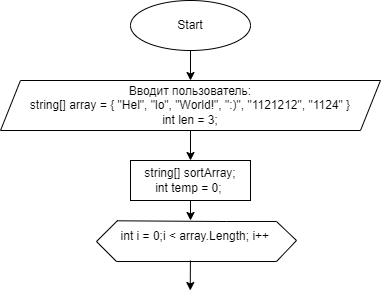
This is Блок схема решения контрольной задачи блока №1.drawio.png from Yauheni-Kauz-Siomin/FinalWorkBlock1, a draw.io export, as it was before one commit. Source tidied: cells renumbered, new cells last; positions are measured from the earlier drawing's top-left corner, leaving out a move shared by most shapes.
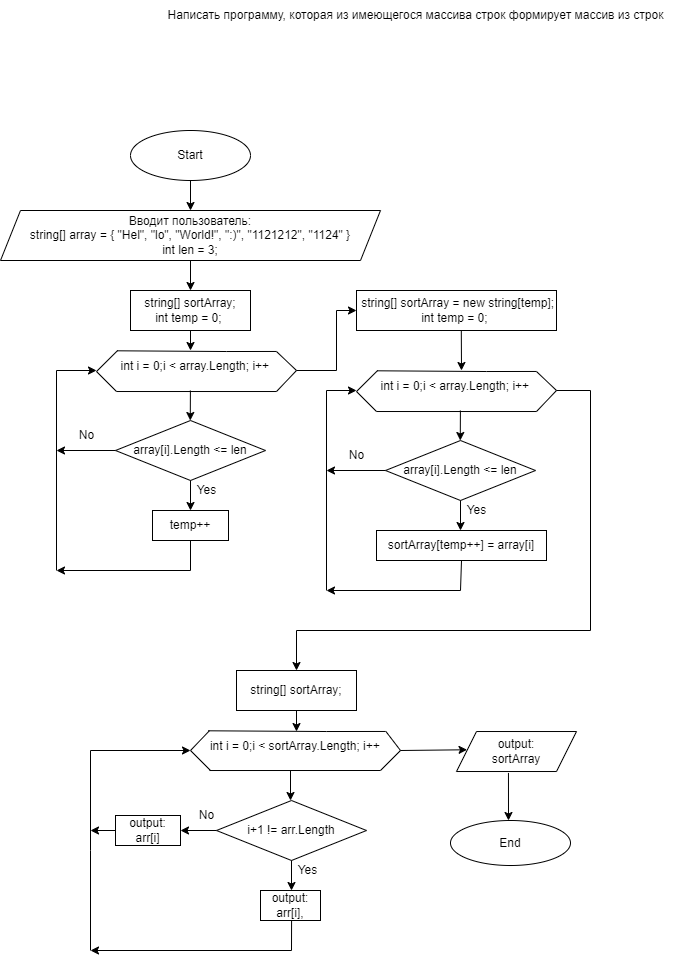
After the commit.

The edit, as a diff of the source:
```diff
@@ -65,5 +65,261 @@
         <mxPoint x="189.8" y="290" as="targetPoint" />
       </mxGeometry>
     </mxCell>
+    <mxCell id="14" value="array[i].Length &amp;lt;= len" style="rhombus;whiteSpace=wrap;html=1;" parent="1" vertex="1">
+      <mxGeometry x="115" y="290" width="150" height="60" as="geometry" />
+    </mxCell>
+    <mxCell id="15" style="endArrow=classic;html=1;rounded=0;exitX=0.5;exitY=1;exitDx=0;exitDy=0;" parent="1" edge="1" source="14">
+      <mxGeometry relative="1" as="geometry">
+        <mxPoint x="190" y="380" as="targetPoint" />
+      </mxGeometry>
+    </mxCell>
+    <mxCell id="16" value="temp++" style="rounded=0;whiteSpace=wrap;html=1;" parent="1" vertex="1">
+      <mxGeometry x="152" y="380" width="76" height="30" as="geometry" />
+    </mxCell>
+    <mxCell id="17" value="Yes" style="text;html=1;align=center;verticalAlign=middle;strokeColor=none;fillColor=none;" parent="1" vertex="1">
+      <mxGeometry x="186" y="345" width="40" height="30" as="geometry" />
+    </mxCell>
+    <mxCell id="18" style="endArrow=classic;html=1;rounded=0;exitX=0.5;exitY=1;exitDx=0;exitDy=0;" parent="1" edge="1" source="16">
+      <mxGeometry relative="1" as="geometry">
+        <mxPoint x="56" y="440" as="targetPoint" />
+        <Array as="points">
+          <mxPoint x="190" y="440" />
+        </Array>
+      </mxGeometry>
+    </mxCell>
+    <mxCell id="19" style="endArrow=classic;html=1;rounded=0;" parent="1" edge="1">
+      <mxGeometry relative="1" as="geometry">
+        <mxPoint x="56" y="440" as="sourcePoint" />
+        <mxPoint x="96" y="240" as="targetPoint" />
+        <Array as="points">
+          <mxPoint x="56" y="240" />
+        </Array>
+      </mxGeometry>
+    </mxCell>
+    <mxCell id="20" style="endArrow=classic;html=1;rounded=0;exitX=0;exitY=0.5;exitDx=0;exitDy=0;" parent="1" edge="1" source="14">
+      <mxGeometry relative="1" as="geometry">
+        <mxPoint x="56" y="320" as="targetPoint" />
+      </mxGeometry>
+    </mxCell>
+    <mxCell id="21" value="No" style="text;html=1;align=center;verticalAlign=middle;strokeColor=none;fillColor=none;" parent="1" vertex="1">
+      <mxGeometry x="66" y="290" width="40" height="30" as="geometry" />
+    </mxCell>
+    <mxCell id="22" style="endArrow=classic;html=1;rounded=0;" parent="1" edge="1">
+      <mxGeometry relative="1" as="geometry">
+        <mxPoint x="296" y="240" as="sourcePoint" />
+        <mxPoint x="356" y="180" as="targetPoint" />
+        <Array as="points">
+          <mxPoint x="336" y="240" />
+          <mxPoint x="336" y="180" />
+        </Array>
+      </mxGeometry>
+    </mxCell>
+    <mxCell id="23" value="&amp;nbsp;string[] sortArray = new string[temp];&lt;br&gt;int temp = 0;&amp;nbsp;" style="rounded=0;whiteSpace=wrap;html=1;" parent="1" vertex="1">
+      <mxGeometry x="356" y="160" width="200" height="40" as="geometry" />
+    </mxCell>
+    <mxCell id="24" style="endArrow=classic;html=1;rounded=0;exitX=0.524;exitY=0.995;exitDx=0;exitDy=0;exitPerimeter=0;" parent="1" edge="1" source="23">
+      <mxGeometry relative="1" as="geometry">
+        <mxPoint x="461" y="240" as="targetPoint" />
+      </mxGeometry>
+    </mxCell>
+    <mxCell id="25" style="endArrow=none;html=1;rounded=0;exitX=0.062;exitY=-0.034;exitDx=0;exitDy=0;exitPerimeter=0;" parent="1" edge="1" source="27">
+      <mxGeometry relative="1" as="geometry">
+        <mxPoint x="376" y="281" as="targetPoint" />
+        <Array as="points">
+          <mxPoint x="356" y="261" />
+        </Array>
+      </mxGeometry>
+    </mxCell>
+    <mxCell id="26" style="endArrow=none;html=1;rounded=0;" parent="1" edge="1">
+      <mxGeometry relative="1" as="geometry">
+        <mxPoint x="536" y="241" as="sourcePoint" />
+        <mxPoint x="536" y="281" as="targetPoint" />
+        <Array as="points">
+          <mxPoint x="556" y="260" />
+        </Array>
+      </mxGeometry>
+    </mxCell>
+    <mxCell id="27" value="int i = 0;i &amp;lt; array.Length; i++&amp;nbsp;" style="text;html=1;align=center;verticalAlign=middle;points=[];strokeColor=none;fillColor=none;" parent="1" vertex="1">
+      <mxGeometry x="366" y="241" width="180" height="30" as="geometry" />
+    </mxCell>
+    <mxCell id="28" style="endArrow=none;html=1;rounded=0;exitX=0.059;exitY=-0.024;exitDx=0;exitDy=0;exitPerimeter=0;entryX=0.944;entryY=-0.002;entryDx=0;entryDy=0;entryPerimeter=0;" parent="1" edge="1" source="27" target="27">
+      <mxGeometry relative="1" as="geometry">
+        <Array as="points">
+          <mxPoint x="486" y="241" />
+        </Array>
+      </mxGeometry>
+    </mxCell>
+    <mxCell id="29" style="endArrow=none;html=1;rounded=0;" parent="1" edge="1">
+      <mxGeometry relative="1" as="geometry">
+        <mxPoint x="376" y="281" as="sourcePoint" />
+        <mxPoint x="536" y="281" as="targetPoint" />
+      </mxGeometry>
+    </mxCell>
+    <mxCell id="30" style="endArrow=classic;html=1;rounded=0;" parent="1" edge="1">
+      <mxGeometry relative="1" as="geometry">
+        <mxPoint x="459.9" y="280" as="sourcePoint" />
+        <mxPoint x="459.8" y="310" as="targetPoint" />
+      </mxGeometry>
+    </mxCell>
+    <mxCell id="31" value="array[i].Length &amp;lt;= len" style="rhombus;whiteSpace=wrap;html=1;" parent="1" vertex="1">
+      <mxGeometry x="385" y="310" width="150" height="60" as="geometry" />
+    </mxCell>
+    <mxCell id="32" style="endArrow=classic;html=1;rounded=0;exitX=0.5;exitY=1;exitDx=0;exitDy=0;" parent="1" edge="1" source="31">
+      <mxGeometry relative="1" as="geometry">
+        <mxPoint x="460" y="400" as="targetPoint" />
+      </mxGeometry>
+    </mxCell>
+    <mxCell id="33" value="sortArray[temp++] = array[i]" style="rounded=0;whiteSpace=wrap;html=1;" parent="1" vertex="1">
+      <mxGeometry x="376" y="400" width="170" height="30" as="geometry" />
+    </mxCell>
+    <mxCell id="34" value="Yes" style="text;html=1;align=center;verticalAlign=middle;strokeColor=none;fillColor=none;" parent="1" vertex="1">
+      <mxGeometry x="456" y="365" width="40" height="30" as="geometry" />
+    </mxCell>
+    <mxCell id="35" style="endArrow=classic;html=1;rounded=0;exitX=0.5;exitY=1;exitDx=0;exitDy=0;" parent="1" edge="1" source="33">
+      <mxGeometry relative="1" as="geometry">
+        <mxPoint x="326" y="460" as="targetPoint" />
+        <Array as="points">
+          <mxPoint x="460" y="460" />
+        </Array>
+      </mxGeometry>
+    </mxCell>
+    <mxCell id="36" style="endArrow=classic;html=1;rounded=0;exitX=0;exitY=0.5;exitDx=0;exitDy=0;" parent="1" edge="1" source="31">
+      <mxGeometry relative="1" as="geometry">
+        <mxPoint x="326" y="340" as="targetPoint" />
+      </mxGeometry>
+    </mxCell>
+    <mxCell id="37" value="No" style="text;html=1;align=center;verticalAlign=middle;strokeColor=none;fillColor=none;" parent="1" vertex="1">
+      <mxGeometry x="336" y="310" width="40" height="30" as="geometry" />
+    </mxCell>
+    <mxCell id="38" style="endArrow=classic;html=1;rounded=0;" parent="1" edge="1">
+      <mxGeometry relative="1" as="geometry">
+        <mxPoint x="326" y="460" as="sourcePoint" />
+        <mxPoint x="356" y="260" as="targetPoint" />
+        <Array as="points">
+          <mxPoint x="326" y="260" />
+        </Array>
+      </mxGeometry>
+    </mxCell>
+    <mxCell id="39" style="endArrow=classic;html=1;rounded=0;entryX=0.5;entryY=0;entryDx=0;entryDy=0;" parent="1" edge="1" target="40">
+      <mxGeometry relative="1" as="geometry">
+        <mxPoint x="556" y="260" as="sourcePoint" />
+        <Array as="points">
+          <mxPoint x="590" y="260" />
+          <mxPoint x="590" y="500" />
+          <mxPoint x="296" y="500" />
+        </Array>
+      </mxGeometry>
+    </mxCell>
+    <mxCell id="40" value="string[] sortArray;" style="rounded=0;whiteSpace=wrap;html=1;" parent="1" vertex="1">
+      <mxGeometry x="236" y="540" width="120" height="40" as="geometry" />
+    </mxCell>
+    <mxCell id="41" value="int i = 0;i &amp;lt; sortArray.Length; i++&amp;nbsp;" style="text;html=1;align=center;verticalAlign=middle;points=[];strokeColor=none;fillColor=none;" parent="1" vertex="1">
+      <mxGeometry x="196" y="601" width="200" height="30" as="geometry" />
+    </mxCell>
+    <mxCell id="42" style="endArrow=none;html=1;rounded=0;exitX=0.059;exitY=-0.024;exitDx=0;exitDy=0;exitPerimeter=0;entryX=0.944;entryY=-0.002;entryDx=0;entryDy=0;entryPerimeter=0;" parent="1" edge="1" source="41" target="41">
+      <mxGeometry relative="1" as="geometry">
+        <Array as="points">
+          <mxPoint x="326" y="601" />
+        </Array>
+      </mxGeometry>
+    </mxCell>
+    <mxCell id="43" style="endArrow=none;html=1;rounded=0;" parent="1" edge="1">
+      <mxGeometry relative="1" as="geometry">
+        <mxPoint x="209" y="640" as="sourcePoint" />
+        <mxPoint x="380" y="640" as="targetPoint" />
+      </mxGeometry>
+    </mxCell>
+    <mxCell id="44" style="endArrow=classic;html=1;rounded=0;exitX=0.5;exitY=1;exitDx=0;exitDy=0;" parent="1" edge="1" source="40" target="41">
+      <mxGeometry relative="1" as="geometry" />
+    </mxCell>
+    <mxCell id="45" style="endArrow=none;html=1;rounded=0;exitX=0.946;exitY=-0.011;exitDx=0;exitDy=0;exitPerimeter=0;" parent="1" edge="1" source="41">
+      <mxGeometry relative="1" as="geometry">
+        <mxPoint x="380" y="640" as="targetPoint" />
+        <Array as="points">
+          <mxPoint x="400" y="620" />
+        </Array>
+      </mxGeometry>
+    </mxCell>
+    <mxCell id="46" style="endArrow=none;html=1;rounded=0;exitX=0.065;exitY=-0.029;exitDx=0;exitDy=0;exitPerimeter=0;" parent="1" edge="1" source="41">
+      <mxGeometry relative="1" as="geometry">
+        <mxPoint x="210" y="640" as="targetPoint" />
+        <Array as="points">
+          <mxPoint x="190" y="620" />
+        </Array>
+      </mxGeometry>
+    </mxCell>
+    <mxCell id="47" value="i+1 != arr.Length" style="rhombus;whiteSpace=wrap;html=1;" parent="1" vertex="1">
+      <mxGeometry x="216" y="670" width="150" height="60" as="geometry" />
+    </mxCell>
+    <mxCell id="48" style="endArrow=classic;html=1;rounded=0;exitX=0.5;exitY=1;exitDx=0;exitDy=0;" parent="1" edge="1" source="47">
+      <mxGeometry relative="1" as="geometry">
+        <mxPoint x="291" y="760" as="targetPoint" />
+      </mxGeometry>
+    </mxCell>
+    <mxCell id="49" value="output:&lt;br&gt;arr[i]," style="rounded=0;whiteSpace=wrap;html=1;" parent="1" vertex="1">
+      <mxGeometry x="260" y="760" width="60" height="30" as="geometry" />
+    </mxCell>
+    <mxCell id="50" value="Yes" style="text;html=1;align=center;verticalAlign=middle;strokeColor=none;fillColor=none;" parent="1" vertex="1">
+      <mxGeometry x="287" y="725" width="40" height="30" as="geometry" />
+    </mxCell>
+    <mxCell id="51" style="endArrow=classic;html=1;rounded=0;exitX=0.518;exitY=1.001;exitDx=0;exitDy=0;exitPerimeter=0;" parent="1" edge="1" source="49">
+      <mxGeometry relative="1" as="geometry">
+        <mxPoint x="90" y="820" as="targetPoint" />
+        <Array as="points">
+          <mxPoint x="291" y="820" />
+        </Array>
+      </mxGeometry>
+    </mxCell>
+    <mxCell id="52" style="endArrow=classic;html=1;rounded=0;" parent="1" edge="1">
+      <mxGeometry relative="1" as="geometry">
+        <mxPoint x="90" y="820" as="sourcePoint" />
+        <mxPoint x="190" y="620" as="targetPoint" />
+        <Array as="points">
+          <mxPoint x="90" y="720" />
+          <mxPoint x="90" y="620" />
+        </Array>
+      </mxGeometry>
+    </mxCell>
+    <mxCell id="53" style="endArrow=classic;html=1;rounded=0;exitX=0;exitY=0.5;exitDx=0;exitDy=0;" parent="1" edge="1" source="47">
+      <mxGeometry relative="1" as="geometry">
+        <mxPoint x="180" y="700" as="targetPoint" />
+      </mxGeometry>
+    </mxCell>
+    <mxCell id="54" value="No" style="text;html=1;align=center;verticalAlign=middle;strokeColor=none;fillColor=none;" parent="1" vertex="1">
+      <mxGeometry x="186" y="670" width="40" height="30" as="geometry" />
+    </mxCell>
+    <mxCell id="55" style="endArrow=classic;html=1;rounded=0;" parent="1" edge="1">
+      <mxGeometry relative="1" as="geometry">
+        <mxPoint x="290" y="640" as="sourcePoint" />
+        <mxPoint x="290" y="670" as="targetPoint" />
+      </mxGeometry>
+    </mxCell>
+    <mxCell id="56" value="output:&lt;br&gt;arr[i]" style="rounded=0;whiteSpace=wrap;html=1;" parent="1" vertex="1">
+      <mxGeometry x="115" y="685" width="65" height="30" as="geometry" />
+    </mxCell>
+    <mxCell id="57" style="endArrow=classic;html=1;rounded=0;exitX=0;exitY=0.5;exitDx=0;exitDy=0;" parent="1" edge="1" source="56">
+      <mxGeometry relative="1" as="geometry">
+        <mxPoint x="90" y="700" as="targetPoint" />
+      </mxGeometry>
+    </mxCell>
+    <mxCell id="58" style="endArrow=classic;html=1;rounded=0;entryX=0.088;entryY=0.456;entryDx=0;entryDy=0;entryPerimeter=0;" parent="1" edge="1" target="59">
+      <mxGeometry relative="1" as="geometry">
+        <mxPoint x="400" y="620" as="sourcePoint" />
+      </mxGeometry>
+    </mxCell>
+    <mxCell id="59" value="output:&lt;br&gt;sortArray" style="shape=parallelogram;perimeter=parallelogramPerimeter;whiteSpace=wrap;html=1;fixedSize=1;" parent="1" vertex="1">
+      <mxGeometry x="456" y="601" width="120" height="40" as="geometry" />
+    </mxCell>
+    <mxCell id="60" style="endArrow=classic;html=1;rounded=0;exitX=0.433;exitY=1.035;exitDx=0;exitDy=0;exitPerimeter=0;" parent="1" edge="1" source="59">
+      <mxGeometry relative="1" as="geometry">
+        <mxPoint x="508" y="690" as="targetPoint" />
+      </mxGeometry>
+    </mxCell>
+    <mxCell id="61" value="End" style="ellipse;whiteSpace=wrap;html=1;" parent="1" vertex="1">
+      <mxGeometry x="450" y="690" width="120" height="45" as="geometry" />
+    </mxCell>
+    <mxCell id="62" value="Написать программу, которая из имеющегося массива строк формирует массив из строк" style="text;html=1;align=center;verticalAlign=middle;strokeColor=none;fillColor=none;" parent="1" vertex="1">
+      <mxGeometry x="155" y="-130" width="520" height="30" as="geometry" />
+    </mxCell>
   </root>
 </mxGraphModel>
```
